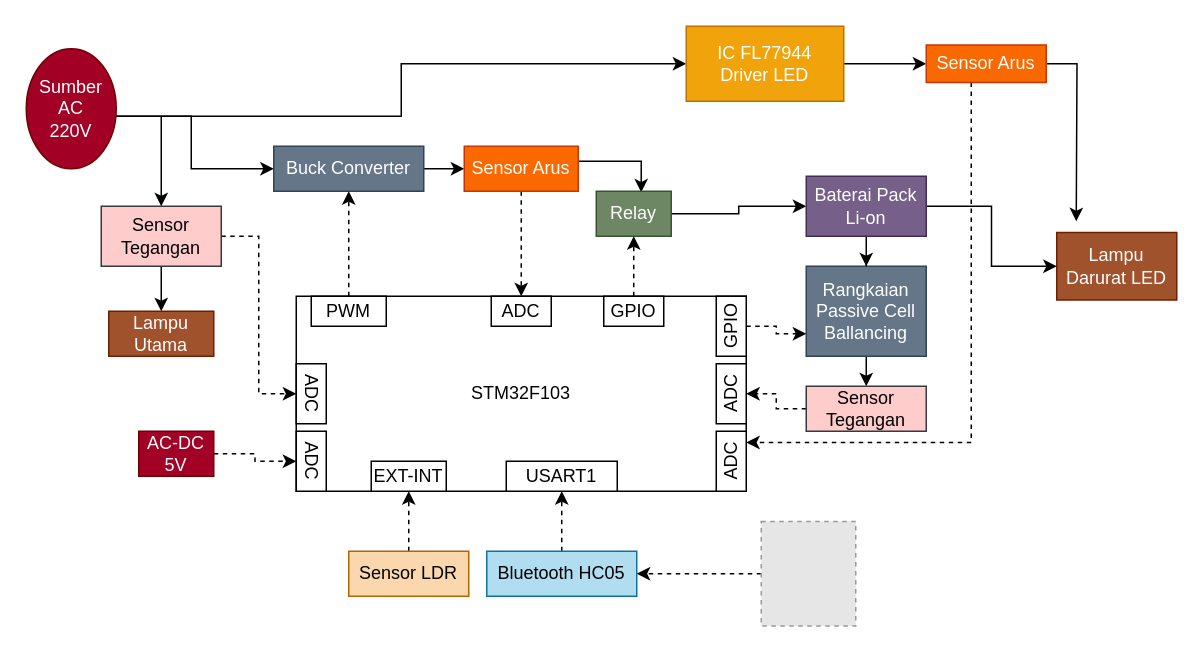
Alfinaatika9/CRUD keeps this draw.io diagram as fixblok.drawio. Above is the earlier version. Source tidied: cells renumbered, new cells numbered last; positions are measured from the earlier drawing's top-left corner, leaving out a move shared by most shapes. Both pictures are drawn from the tidied source at 150%, with x=0, y=0 at pixel (26, 26). Pictures stored in the file or linked from it are replaced by grey dashed boxes.
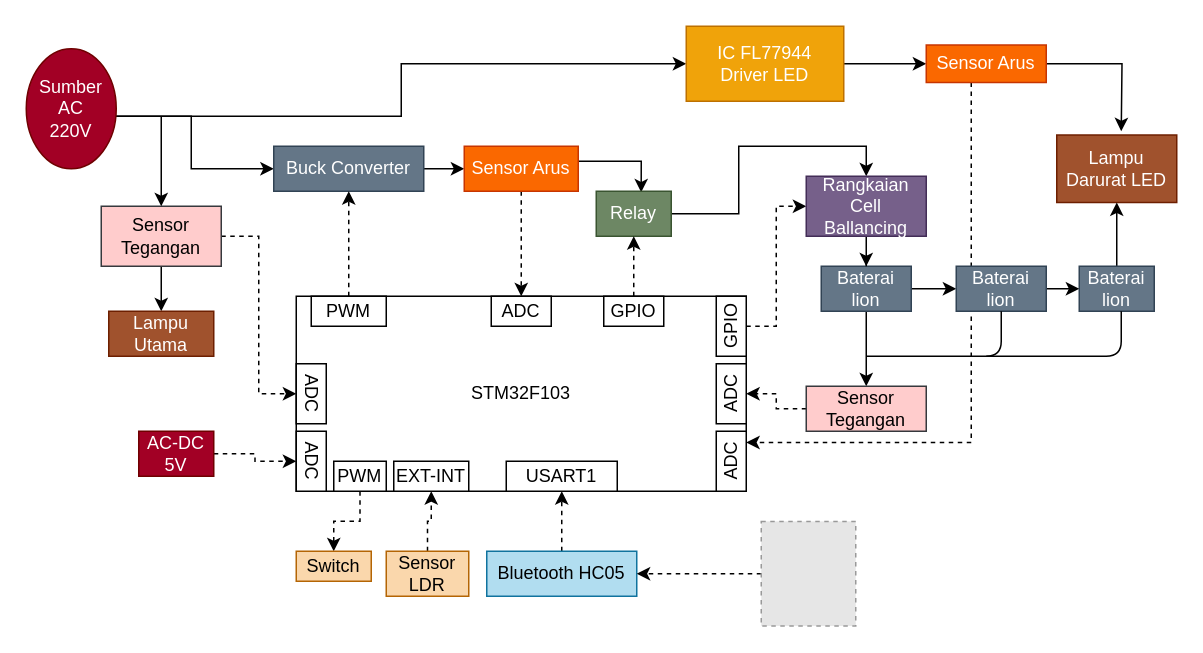
After the change.

The change refers to these unchanged cells:
```xml
<mxCell id="24" value="Relay" style="rounded=0;whiteSpace=wrap;html=1;fillColor=#6d8764;strokeColor=#3A5431;fontColor=#ffffff;" parent="1" vertex="1">
  <mxGeometry x="380" y="110" width="50" height="30" as="geometry" />
</mxCell>
<mxCell id="37" value="Sensor Arus" style="rounded=0;whiteSpace=wrap;html=1;fillColor=#fa6800;strokeColor=#C73500;fontColor=#ffffff;" parent="1" vertex="1">
  <mxGeometry x="600" y="12.5" width="80" height="25" as="geometry" />
</mxCell>
<mxCell id="48" value="GPIO" style="rounded=0;whiteSpace=wrap;html=1;rotation=-90;" parent="1" vertex="1">
  <mxGeometry x="450" y="190" width="40" height="20" as="geometry" />
</mxCell>
```

The edit, as a diff of the source:
```diff
@@
-    <mxCell id="23" style="edgeStyle=orthogonalEdgeStyle;rounded=0;jettySize=auto;html=1;entryX=0;entryY=0.5;entryDx=0;entryDy=0;" parent="1" edge="1" source="24" target="51">
+    <mxCell id="23" style="edgeStyle=orthogonalEdgeStyle;rounded=0;jettySize=auto;html=1;entryX=0.5;entryY=0;entryDx=0;entryDy=0;" parent="1" edge="1" source="24" target="51">
       <mxGeometry relative="1" as="geometry" />
     </mxCell>
@@
+    <mxCell id="52" style="edgeStyle=orthogonalEdgeStyle;rounded=0;jettySize=auto;html=1;" parent="1" edge="1" source="28" target="58">
+      <mxGeometry relative="1" as="geometry" />
+    </mxCell>
-    <mxCell id="28" value="Rangkaian Passive Cell Ballancing" style="rounded=0;whiteSpace=wrap;html=1;fillColor=#647687;strokeColor=#314354;fontColor=#ffffff;" parent="1" vertex="1">
-      <mxGeometry x="520" y="160" width="80" height="60" as="geometry" />
+    <mxCell id="28" value="Baterai lion" style="rounded=0;whiteSpace=wrap;html=1;fillColor=#647687;strokeColor=#314354;fontColor=#ffffff;" parent="1" vertex="1">
+      <mxGeometry x="530" y="160" width="60" height="30" as="geometry" />
     </mxCell>
@@
     <mxCell id="32" value="Lampu Darurat LED" style="rounded=0;whiteSpace=wrap;html=1;fillColor=#a0522d;strokeColor=#6D1F00;fontColor=#ffffff;" parent="1" vertex="1">
-      <mxGeometry x="687" y="137.5" width="80" height="45" as="geometry" />
+      <mxGeometry x="687" y="72.5" width="80" height="45" as="geometry" />
     </mxCell>
@@
-    <mxCell id="35" style="edgeStyle=orthogonalEdgeStyle;rounded=0;jettySize=auto;html=1;" parent="1" edge="1" source="37">
-      <mxGeometry relative="1" as="geometry">
-        <mxPoint x="700" y="130" as="targetPoint" />
-      </mxGeometry>
-    </mxCell>
@@
+    <mxCell id="53" style="edgeStyle=orthogonalEdgeStyle;rounded=0;jettySize=auto;html=1;" parent="1" edge="1" source="37">
+      <mxGeometry relative="1" as="geometry">
+        <mxPoint x="730" y="70" as="targetPoint" />
+      </mxGeometry>
+    </mxCell>
@@
     <mxCell id="40" value="Sensor LDR" style="rounded=0;whiteSpace=wrap;html=1;fillColor=#fad7ac;strokeColor=#b46504;" parent="1" vertex="1">
-      <mxGeometry x="215" y="350" width="80" height="30" as="geometry" />
+      <mxGeometry x="240" y="350" width="55" height="30" as="geometry" />
     </mxCell>
     <mxCell id="41" value="EXT-INT" style="rounded=0;whiteSpace=wrap;html=1;" parent="1" vertex="1">
-      <mxGeometry x="230" y="290" width="50" height="20" as="geometry" />
+      <mxGeometry x="245" y="290" width="50" height="20" as="geometry" />
     </mxCell>
@@
-    <mxCell id="47" style="edgeStyle=orthogonalEdgeStyle;rounded=0;jettySize=auto;html=1;entryX=0;entryY=0.75;entryDx=0;entryDy=0;dashed=1;" parent="1" edge="1" source="48" target="28">
-      <mxGeometry relative="1" as="geometry" />
-    </mxCell>
+    <mxCell id="54" style="edgeStyle=orthogonalEdgeStyle;rounded=0;jettySize=auto;html=1;entryX=0;entryY=0.5;entryDx=0;entryDy=0;dashed=1;" parent="1" edge="1" source="48" target="51">
+      <mxGeometry relative="1" as="geometry" />
+    </mxCell>
@@
-    <mxCell id="49" style="edgeStyle=orthogonalEdgeStyle;rounded=0;jettySize=auto;html=1;entryX=0;entryY=0.5;entryDx=0;entryDy=0;" parent="1" edge="1" source="51" target="32">
-      <mxGeometry relative="1" as="geometry" />
-    </mxCell>
@@
-    <mxCell id="51" value="Baterai Pack Li-on" style="rounded=0;whiteSpace=wrap;html=1;fillColor=#76608a;strokeColor=#432D57;fontColor=#ffffff;" parent="1" vertex="1">
+    <mxCell id="51" value="Rangkaian Cell Ballancing" style="rounded=0;whiteSpace=wrap;html=1;fillColor=#76608a;strokeColor=#432D57;fontColor=#ffffff;" parent="1" vertex="1">
       <mxGeometry x="520" y="100" width="80" height="40" as="geometry" />
     </mxCell>
+    <mxCell id="55" style="edgeStyle=orthogonalEdgeStyle;rounded=0;jettySize=auto;html=1;" parent="1" edge="1" source="56" target="32">
+      <mxGeometry relative="1" as="geometry" />
+    </mxCell>
+    <mxCell id="56" value="Baterai lion" style="rounded=0;whiteSpace=wrap;html=1;fillColor=#647687;strokeColor=#314354;fontColor=#ffffff;" parent="1" vertex="1">
+      <mxGeometry x="702" y="160" width="50" height="30" as="geometry" />
+    </mxCell>
+    <mxCell id="57" style="edgeStyle=orthogonalEdgeStyle;rounded=0;jettySize=auto;html=1;" parent="1" edge="1" source="58" target="56">
+      <mxGeometry relative="1" as="geometry" />
+    </mxCell>
+    <mxCell id="58" value="Baterai lion" style="rounded=0;whiteSpace=wrap;html=1;fillColor=#647687;strokeColor=#314354;fontColor=#ffffff;" parent="1" vertex="1">
+      <mxGeometry x="620" y="160" width="60" height="30" as="geometry" />
+    </mxCell>
+    <mxCell id="59" style="edgeStyle=orthogonalEdgeStyle;rounded=0;jettySize=auto;html=1;dashed=1;" parent="1" edge="1" source="60" target="61">
+      <mxGeometry relative="1" as="geometry" />
+    </mxCell>
+    <mxCell id="60" value="PWM" style="rounded=0;whiteSpace=wrap;html=1;" parent="1" vertex="1">
+      <mxGeometry x="205" y="290" width="35" height="20" as="geometry" />
+    </mxCell>
+    <mxCell id="61" value="Switch" style="rounded=0;whiteSpace=wrap;html=1;fillColor=#fad7ac;strokeColor=#b46504;" parent="1" vertex="1">
+      <mxGeometry x="180" y="350" width="50" height="20" as="geometry" />
+    </mxCell>
+    <mxCell id="62" style="endArrow=none;html=1;" parent="1" edge="1">
+      <mxGeometry relative="1" as="geometry">
+        <mxPoint x="560" y="220" as="sourcePoint" />
+        <mxPoint x="650" y="190" as="targetPoint" />
+        <Array as="points">
+          <mxPoint x="650" y="220" />
+        </Array>
+      </mxGeometry>
+    </mxCell>
+    <mxCell id="63" style="endArrow=none;html=1;" parent="1" edge="1">
+      <mxGeometry relative="1" as="geometry">
+        <mxPoint x="640" y="220" as="sourcePoint" />
+        <mxPoint x="730" y="190" as="targetPoint" />
+        <Array as="points">
+          <mxPoint x="730" y="220" />
+        </Array>
+      </mxGeometry>
+    </mxCell>
```
